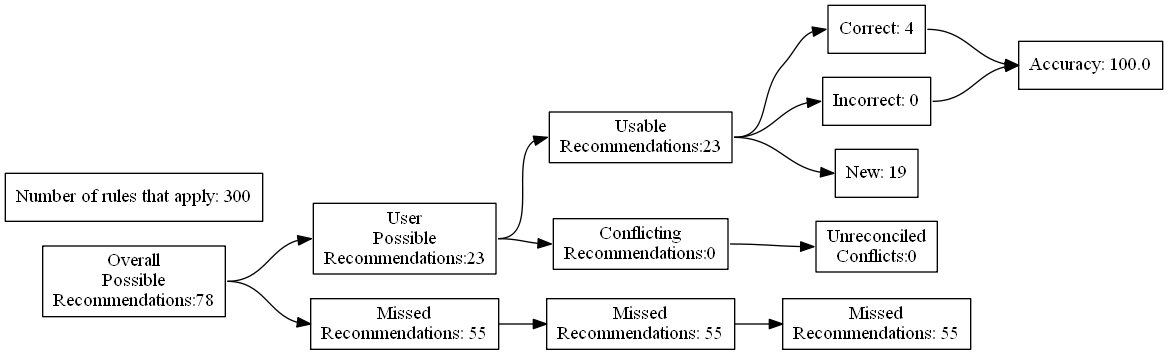
Earlier version of the Graphviz export test_renders/21.gv.png (ZaxR/ibd_diet_analysis). Its source is kept beside it as test_renders/21.gv.
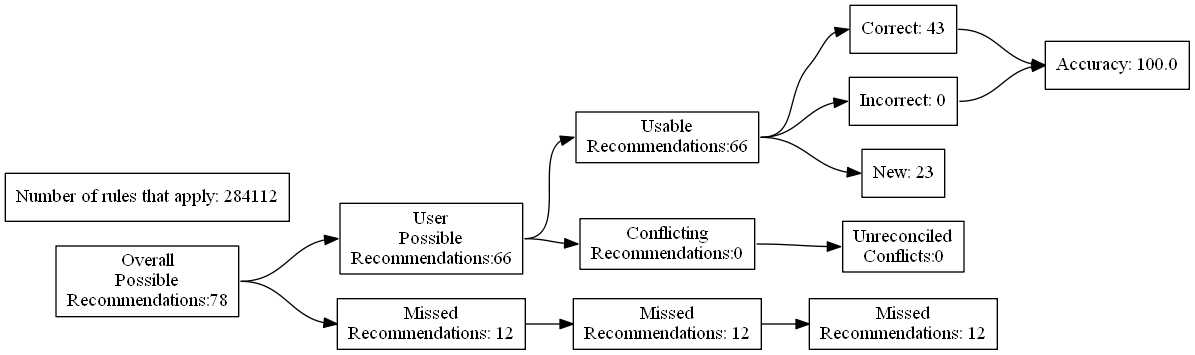
The same file after the commit.

What changed in the source:
```diff
@@ -7,24 +7,24 @@
 Recommendations:78"]
 		B [label="User
 Possible
-Recommendations:23"]
+Recommendations:66"]
 		C [label="Missed
-Recommendations: 55"]
+Recommendations: 12"]
 		D [label="Usable
-Recommendations:23"]
+Recommendations:66"]
 		E [label="Conflicting
 Recommendations:0"]
 		J [label="Missed
-Recommendations: 55"]
+Recommendations: 12"]
 		M [label="Unreconciled
 Conflicts:0"]
-		F [label="Correct: 4"]
+		F [label="Correct: 43"]
 		G [label="Incorrect: 0"]
-		H [label="New: 19"]
+		H [label="New: 23"]
 		K [label="Missed
-Recommendations: 55"]
+Recommendations: 12"]
 		I [label="Accuracy: 100.0"]
-		l [label="Number of rules that apply: 300"]
+		l [label="Number of rules that apply: 284112"]
 			A -> B
 			A -> C
 			B -> D
```
